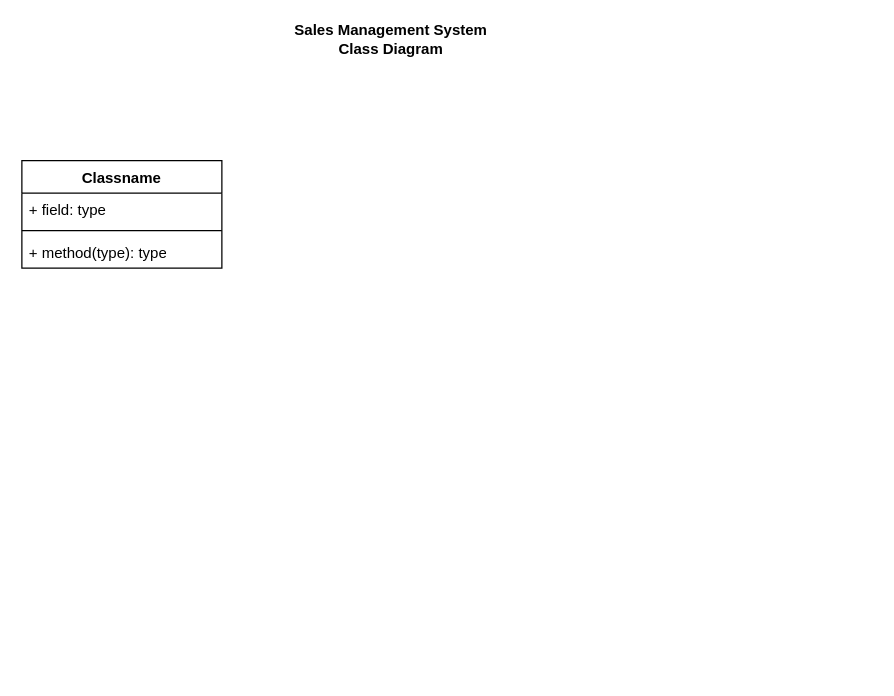
Earlier version of the draw.io diagram page "Page-2" (2 of 2) of SMS Class Diagram.drawio (HLiew97/CIS-3060). Source tidied: cells renumbered, new cells numbered last; positions are measured from the earlier drawing's top-left corner, leaving out a move shared by most shapes. Both pictures are drawn from the tidied source at 125%, with x=0, y=0 at pixel (21, 22).
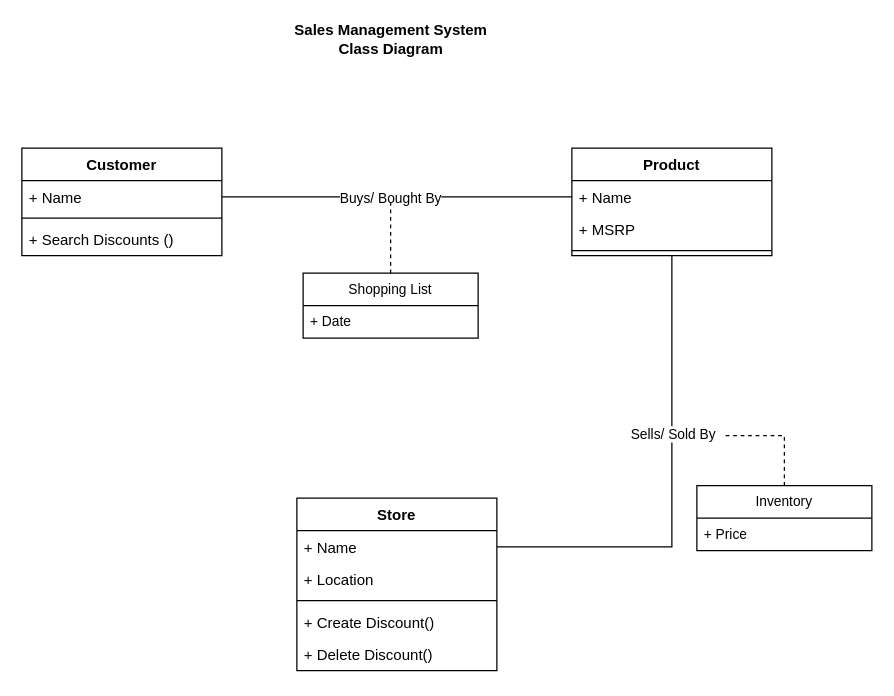
The same page after the edit.

What changed in the source:
```diff
@@
-    <mxCell id="2" value="Classname" style="swimlane;fontStyle=1;align=center;verticalAlign=top;horizontal=1;startSize=26;whiteSpace=wrap;html=1;" parent="1" vertex="1">
-      <mxGeometry y="110" width="160" height="86" as="geometry" />
+    <mxCell id="2" value="Customer" style="swimlane;fontStyle=1;align=center;verticalAlign=top;horizontal=1;startSize=26;whiteSpace=wrap;html=1;" parent="1" vertex="1">
+      <mxGeometry y="100" width="160" height="86" as="geometry" />
     </mxCell>
-    <mxCell id="3" value="+ field: type" style="text;strokeColor=none;fillColor=none;align=left;verticalAlign=top;spacingLeft=4;spacingRight=4;overflow=hidden;points=[[0,0.5],[1,0.5]];portConstraint=eastwest;whiteSpace=wrap;html=1;" parent="2" vertex="1">
+    <mxCell id="3" value="+ Name" style="text;strokeColor=none;fillColor=none;align=left;verticalAlign=top;spacingLeft=4;spacingRight=4;overflow=hidden;points=[[0,0.5],[1,0.5]];portConstraint=eastwest;whiteSpace=wrap;html=1;" parent="2" vertex="1">
       <mxGeometry y="26" width="160" height="26" as="geometry" />
     </mxCell>
@@
-    <mxCell id="5" value="+ method(type): type" style="text;strokeColor=none;fillColor=none;align=left;verticalAlign=top;spacingLeft=4;spacingRight=4;overflow=hidden;whiteSpace=wrap;html=1;" parent="2" vertex="1">
+    <mxCell id="5" value="+ Search Discounts ()" style="text;strokeColor=none;fillColor=none;align=left;verticalAlign=top;spacingLeft=4;spacingRight=4;overflow=hidden;whiteSpace=wrap;html=1;" parent="2" vertex="1">
       <mxGeometry y="60" width="160" height="26" as="geometry" />
     </mxCell>
+    <mxCell id="7" value="Store" style="swimlane;fontStyle=1;align=center;verticalAlign=top;horizontal=1;startSize=26;whiteSpace=wrap;html=1;" parent="1" vertex="1">
+      <mxGeometry x="220" y="380" width="160" height="138" as="geometry" />
+    </mxCell>
+    <mxCell id="8" value="+ Name" style="text;strokeColor=none;fillColor=none;align=left;verticalAlign=top;spacingLeft=4;spacingRight=4;overflow=hidden;points=[[0,0.5],[1,0.5]];portConstraint=eastwest;whiteSpace=wrap;html=1;" parent="7" vertex="1">
+      <mxGeometry y="26" width="160" height="26" as="geometry" />
+    </mxCell>
+    <mxCell id="9" value="+ Location" style="text;strokeColor=none;fillColor=none;align=left;verticalAlign=top;spacingLeft=4;spacingRight=4;overflow=hidden;whiteSpace=wrap;html=1;" parent="7" vertex="1">
+      <mxGeometry y="52" width="160" height="26" as="geometry" />
+    </mxCell>
+    <mxCell id="10" style="line;strokeWidth=1;fillColor=none;align=left;verticalAlign=middle;spacingTop=-1;spacingLeft=3;spacingRight=3;labelPosition=right;strokeColor=inherit;" parent="7" vertex="1">
+      <mxGeometry y="78" width="160" height="8" as="geometry" />
+    </mxCell>
+    <mxCell id="11" value="+ Create Discount()" style="text;strokeColor=none;fillColor=none;align=left;verticalAlign=top;spacingLeft=4;spacingRight=4;overflow=hidden;whiteSpace=wrap;html=1;" parent="7" vertex="1">
+      <mxGeometry y="86" width="160" height="26" as="geometry" />
+    </mxCell>
+    <mxCell id="12" value="+ Delete Discount()" style="text;strokeColor=none;fillColor=none;align=left;verticalAlign=top;spacingLeft=4;spacingRight=4;overflow=hidden;whiteSpace=wrap;html=1;" parent="7" vertex="1">
+      <mxGeometry y="112" width="160" height="26" as="geometry" />
+    </mxCell>
+    <mxCell id="13" value="Product" style="swimlane;fontStyle=1;align=center;verticalAlign=top;horizontal=1;startSize=26;whiteSpace=wrap;html=1;" parent="1" vertex="1">
+      <mxGeometry x="440" y="100" width="160" height="86" as="geometry" />
+    </mxCell>
+    <mxCell id="14" value="&lt;div&gt;+ Name&lt;/div&gt;&lt;div&gt;&lt;br&gt;&lt;/div&gt;" style="text;strokeColor=none;fillColor=none;align=left;verticalAlign=top;spacingLeft=4;spacingRight=4;overflow=hidden;points=[[0,0.5],[1,0.5]];portConstraint=eastwest;whiteSpace=wrap;html=1;" parent="13" vertex="1">
+      <mxGeometry y="26" width="160" height="26" as="geometry" />
+    </mxCell>
+    <mxCell id="15" value="+ MSRP" style="text;strokeColor=none;fillColor=none;align=left;verticalAlign=top;spacingLeft=4;spacingRight=4;overflow=hidden;whiteSpace=wrap;html=1;" parent="13" vertex="1">
+      <mxGeometry y="52" width="160" height="26" as="geometry" />
+    </mxCell>
+    <mxCell id="16" style="line;strokeWidth=1;fillColor=none;align=left;verticalAlign=middle;spacingTop=-1;spacingLeft=3;spacingRight=3;labelPosition=right;strokeColor=inherit;" parent="13" vertex="1">
+      <mxGeometry y="78" width="160" height="8" as="geometry" />
+    </mxCell>
@@
+    <mxCell id="17" style="edgeStyle=orthogonalEdgeStyle;rounded=0;jettySize=auto;html=1;entryX=0.5;entryY=1;entryDx=0;entryDy=0;endArrow=none;endFill=0;" parent="1" edge="1" source="8" target="13">
+      <mxGeometry relative="1" as="geometry" />
+    </mxCell>
+    <mxCell id="18" value="Sells/ Sold By" style="edgeLabel;html=1;align=center;verticalAlign=middle;" parent="17" vertex="1">
+      <mxGeometry x="0.24" relative="1" as="geometry" />
+    </mxCell>
+    <mxCell id="19" style="edgeStyle=orthogonalEdgeStyle;shape=connector;rounded=0;jettySize=auto;html=1;entryX=0;entryY=0.5;entryDx=0;entryDy=0;strokeColor=default;align=center;verticalAlign=middle;fontFamily=Helvetica;fontSize=11;fontColor=default;labelBackgroundColor=default;endArrow=none;endFill=0;" parent="1" edge="1" source="3" target="14">
+      <mxGeometry relative="1" as="geometry" />
+    </mxCell>
+    <mxCell id="20" value="Buys/ Bought By" style="edgeLabel;html=1;align=center;verticalAlign=middle;fontFamily=Helvetica;fontSize=11;fontColor=default;labelBackgroundColor=default;" parent="19" vertex="1">
+      <mxGeometry x="-0.04" relative="1" as="geometry" />
+    </mxCell>
+    <mxCell id="21" style="edgeStyle=orthogonalEdgeStyle;shape=connector;rounded=0;jettySize=auto;html=1;strokeColor=default;align=center;verticalAlign=middle;fontFamily=Helvetica;fontSize=11;fontColor=default;labelBackgroundColor=default;endArrow=none;endFill=0;dashed=1;" parent="1" edge="1" source="22">
+      <mxGeometry relative="1" as="geometry">
+        <mxPoint x="295" y="140" as="targetPoint" />
+      </mxGeometry>
+    </mxCell>
+    <mxCell id="22" value="Shopping List" style="swimlane;fontStyle=0;horizontal=1;startSize=26;fillColor=none;whiteSpace=wrap;html=1;fontFamily=Helvetica;fontSize=11;fontColor=default;labelBackgroundColor=default;" parent="1" vertex="1">
+      <mxGeometry x="225" y="200" width="140" height="52" as="geometry" />
+    </mxCell>
+    <mxCell id="23" value="&lt;div&gt;+ Date&lt;/div&gt;" style="text;strokeColor=none;fillColor=none;align=left;verticalAlign=top;spacingLeft=4;spacingRight=4;overflow=hidden;whiteSpace=wrap;html=1;fontFamily=Helvetica;fontSize=11;fontColor=default;labelBackgroundColor=default;" parent="22" vertex="1">
+      <mxGeometry y="26" width="140" height="26" as="geometry" />
+    </mxCell>
+    <mxCell id="24" style="edgeStyle=orthogonalEdgeStyle;shape=connector;rounded=0;jettySize=auto;html=1;strokeColor=default;align=center;verticalAlign=middle;fontFamily=Helvetica;fontSize=11;fontColor=default;labelBackgroundColor=default;endArrow=none;endFill=0;dashed=1;" parent="1" edge="1" source="25">
+      <mxGeometry relative="1" as="geometry">
+        <mxPoint x="560" y="330" as="targetPoint" />
+        <Array as="points">
+          <mxPoint x="610" y="330" />
+        </Array>
+      </mxGeometry>
+    </mxCell>
+    <mxCell id="25" value="Inventory" style="swimlane;fontStyle=0;horizontal=1;startSize=26;fillColor=none;whiteSpace=wrap;html=1;fontFamily=Helvetica;fontSize=11;fontColor=default;labelBackgroundColor=default;" parent="1" vertex="1">
+      <mxGeometry x="540" y="370" width="140" height="52" as="geometry" />
+    </mxCell>
+    <mxCell id="26" value="+ Price" style="text;strokeColor=none;fillColor=none;align=left;verticalAlign=top;spacingLeft=4;spacingRight=4;overflow=hidden;whiteSpace=wrap;html=1;fontFamily=Helvetica;fontSize=11;fontColor=default;labelBackgroundColor=default;" parent="25" vertex="1">
+      <mxGeometry y="26" width="140" height="26" as="geometry" />
+    </mxCell>
```
